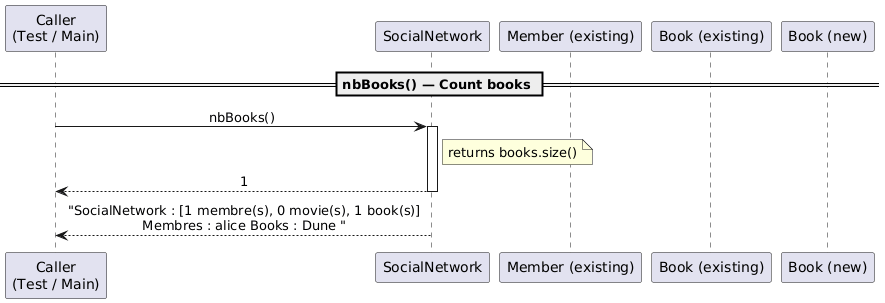
This is uml/sequence_diagram/nbBooks.png from PetitPotam78/inf112, a PlantUML export, as it was before one commit.
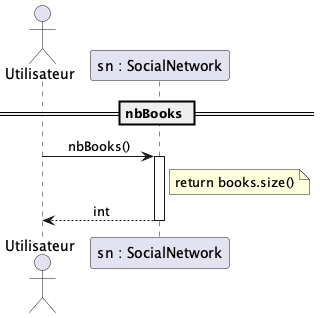
Above is the later version.

Change to the diagram source:
```diff
@@ -3,21 +3,17 @@
 skinparam sequenceMessageAlign center
 skinparam responseMessageBelowArrow true
 
-participant "Caller\n(Test / Main)" as Caller
-participant "SocialNetwork"         as SN
-participant "Member (existing)"     as ME
-participant "Book (existing)"       as BE
-participant "Book (new)"            as BN
+actor "Utilisateur" as user
+participant "sn : SocialNetwork" as sn
 
-== nbBooks() — Count books ==
+== nbBooks ==
 
-Caller -> SN : nbBooks()
-activate SN
-    note right of SN : returns books.size()
-SN --> Caller : 1
-deactivate SN
+user -> sn : nbBooks()
+activate sn
 
-SN --> Caller : "SocialNetwork : [1 membre(s), 0 movie(s), 1 book(s)]\nMembres : alice Books : Dune "
-deactivate SN
+    note right of sn : return books.size()
+
+sn --> user : int
+deactivate sn
 
 @enduml
```
